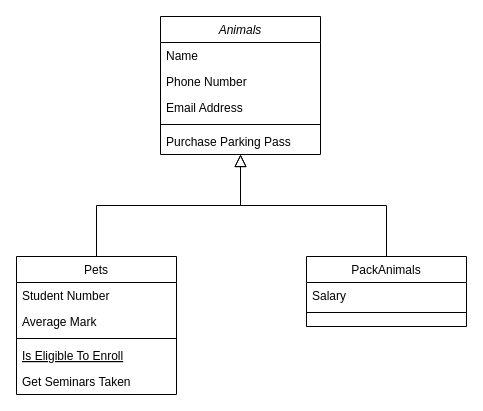
Earlier version of the draw.io diagram Untitled Diagram.drawio (evazelenka/Attestation). Source tidied: cells renumbered, new cells numbered last; positions are measured from the earlier drawing's top-left corner, leaving out a move shared by most shapes. Both pictures are drawn from the tidied source at 100%, with x=0, y=0 at pixel (16, 16).
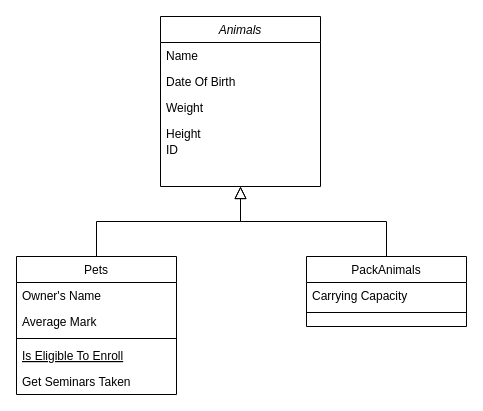
The same diagram, later.

Change to the diagram source:
```diff
@@
 <mxGraphModel>
   <root>
     <mxCell id="0" />
     <mxCell id="1" parent="0" />
     <mxCell id="2" value="Animals" style="swimlane;fontStyle=2;align=center;verticalAlign=top;horizontal=1;startSize=26;rounded=0;shadow=0;strokeWidth=1;" parent="1" vertex="1">
-      <mxGeometry x="144" width="160" height="138" as="geometry" />
+      <mxGeometry x="144" width="160" height="170" as="geometry" />
     </mxCell>
     <mxCell id="3" value="Name" style="text;align=left;verticalAlign=top;spacingLeft=4;spacingRight=4;overflow=hidden;" parent="2" vertex="1">
       <mxGeometry y="26" width="160" height="26" as="geometry" />
     </mxCell>
-    <mxCell id="4" value="Phone Number" style="text;align=left;verticalAlign=top;spacingLeft=4;spacingRight=4;overflow=hidden;rounded=0;shadow=0;html=0;" parent="2" vertex="1">
+    <mxCell id="4" value="Date Of Birth" style="text;align=left;verticalAlign=top;spacingLeft=4;spacingRight=4;overflow=hidden;rounded=0;shadow=0;html=0;" parent="2" vertex="1">
       <mxGeometry y="52" width="160" height="26" as="geometry" />
     </mxCell>
-    <mxCell id="5" value="Email Address" style="text;align=left;verticalAlign=top;spacingLeft=4;spacingRight=4;overflow=hidden;rounded=0;shadow=0;html=0;" parent="2" vertex="1">
+    <mxCell id="5" value="Weight" style="text;align=left;verticalAlign=top;spacingLeft=4;spacingRight=4;overflow=hidden;rounded=0;shadow=0;html=0;" parent="2" vertex="1">
       <mxGeometry y="78" width="160" height="26" as="geometry" />
     </mxCell>
-    <mxCell id="6" style="line;html=1;strokeWidth=1;align=left;verticalAlign=middle;spacingTop=-1;spacingLeft=3;spacingRight=3;labelPosition=right;" parent="2" vertex="1">
-      <mxGeometry y="104" width="160" height="8" as="geometry" />
-    </mxCell>
-    <mxCell id="7" value="Purchase Parking Pass" style="text;align=left;verticalAlign=top;spacingLeft=4;spacingRight=4;overflow=hidden;" parent="2" vertex="1">
-      <mxGeometry y="112" width="160" height="26" as="geometry" />
+    <mxCell id="7" value="Height" style="text;align=left;verticalAlign=top;spacingLeft=4;spacingRight=4;overflow=hidden;" parent="2" vertex="1">
+      <mxGeometry y="104" width="160" height="16" as="geometry" />
     </mxCell>
+    <mxCell id="19" value="ID" style="text;align=left;verticalAlign=top;spacingLeft=4;spacingRight=4;overflow=hidden;" parent="2" vertex="1">
+      <mxGeometry y="120" width="160" height="16" as="geometry" />
+    </mxCell>
     <mxCell id="8" value="Pets" style="swimlane;fontStyle=0;align=center;verticalAlign=top;horizontal=1;startSize=26;rounded=0;shadow=0;strokeWidth=1;" parent="1" vertex="1">
       <mxGeometry y="240" width="160" height="138" as="geometry" />
     </mxCell>
-    <mxCell id="9" value="Student Number" style="text;align=left;verticalAlign=top;spacingLeft=4;spacingRight=4;overflow=hidden;" parent="8" vertex="1">
+    <mxCell id="9" value="Owner's Name" style="text;align=left;verticalAlign=top;spacingLeft=4;spacingRight=4;overflow=hidden;" parent="8" vertex="1">
       <mxGeometry y="26" width="160" height="26" as="geometry" />
     </mxCell>
     <mxCell id="10" value="Average Mark" style="text;align=left;verticalAlign=top;spacingLeft=4;spacingRight=4;overflow=hidden;rounded=0;shadow=0;html=0;" parent="8" vertex="1">
       <mxGeometry y="52" width="160" height="26" as="geometry" />
     </mxCell>
     <mxCell id="11" style="line;html=1;strokeWidth=1;align=left;verticalAlign=middle;spacingTop=-1;spacingLeft=3;spacingRight=3;labelPosition=right;" parent="8" vertex="1">
       <mxGeometry y="78" width="160" height="8" as="geometry" />
     </mxCell>
     <mxCell id="12" value="Is Eligible To Enroll" style="text;align=left;verticalAlign=top;spacingLeft=4;spacingRight=4;overflow=hidden;fontStyle=4;" parent="8" vertex="1">
       <mxGeometry y="86" width="160" height="26" as="geometry" />
     </mxCell>
     <mxCell id="13" value="Get Seminars Taken" style="text;align=left;verticalAlign=top;spacingLeft=4;spacingRight=4;overflow=hidden;" parent="8" vertex="1">
       <mxGeometry y="112" width="160" height="26" as="geometry" />
     </mxCell>
     <mxCell id="14" style="endArrow=block;endSize=10;endFill=0;shadow=0;strokeWidth=1;rounded=0;curved=0;edgeStyle=elbowEdgeStyle;elbow=vertical;" parent="1" edge="1" source="8" target="2">
       <mxGeometry relative="1" as="geometry" />
     </mxCell>
     <mxCell id="15" value="PackAnimals" style="swimlane;fontStyle=0;align=center;verticalAlign=top;horizontal=1;startSize=26;rounded=0;shadow=0;strokeWidth=1;" parent="1" vertex="1">
       <mxGeometry x="290" y="240" width="160" height="70" as="geometry" />
     </mxCell>
-    <mxCell id="16" value="Salary" style="text;align=left;verticalAlign=top;spacingLeft=4;spacingRight=4;overflow=hidden;" parent="15" vertex="1">
+    <mxCell id="16" value="Carrying Capacity" style="text;align=left;verticalAlign=top;spacingLeft=4;spacingRight=4;overflow=hidden;" parent="15" vertex="1">
       <mxGeometry y="26" width="160" height="26" as="geometry" />
     </mxCell>
     <mxCell id="17" style="line;html=1;strokeWidth=1;align=left;verticalAlign=middle;spacingTop=-1;spacingLeft=3;spacingRight=3;labelPosition=right;" parent="15" vertex="1">
       <mxGeometry y="52" width="160" height="8" as="geometry" />
     </mxCell>
     <mxCell id="18" style="endArrow=block;endSize=10;endFill=0;shadow=0;strokeWidth=1;rounded=0;curved=0;edgeStyle=elbowEdgeStyle;elbow=vertical;" parent="1" edge="1" source="15" target="2">
       <mxGeometry relative="1" as="geometry" />
     </mxCell>
   </root>
 </mxGraphModel>
```
